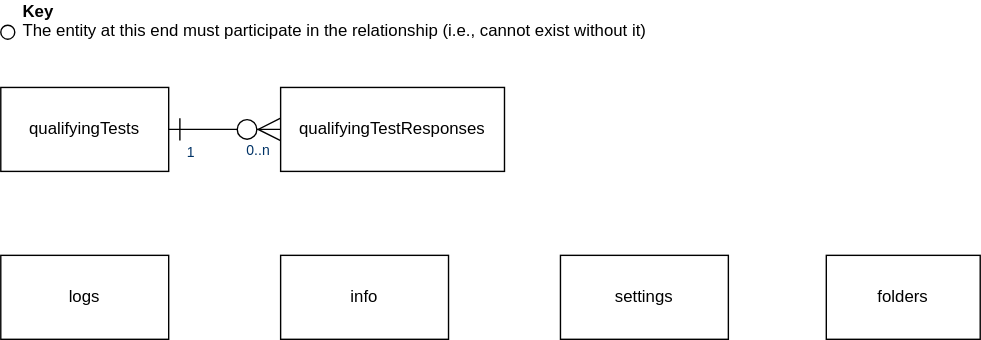
This is docs/architecture/data-models/top-level-qt.svg from jac-uk/documentation, a draw.io export, as it was before one commit. Source tidied: cells renumbered, new cells last; positions are measured from the earlier drawing's top-left corner, leaving out a move shared by most shapes. Its diagram source:
```xml
<mxGraphModel>
  <root>
    <mxCell id="0" />
    <mxCell id="1" parent="0" />
    <mxCell id="2" value="qualifyingTests" style="rounded=0;whiteSpace=wrap;html=1;" parent="1" vertex="1">
      <mxGeometry y="60" width="120" height="60" as="geometry" />
    </mxCell>
    <mxCell id="3" style="group;" parent="1" vertex="1">
      <mxGeometry width="610" height="53" as="geometry" />
    </mxCell>
    <mxCell id="4" value="&lt;div&gt;&lt;b&gt;Key&lt;/b&gt;&lt;br&gt;The entity at this end must participate in the relationship (i.e., cannot exist without it)&lt;/div&gt;&lt;div&gt;&lt;br&gt;&lt;/div&gt;&lt;div&gt;&lt;br&gt;&lt;/div&gt;" style="text;html=1;strokeColor=none;fillColor=none;align=left;verticalAlign=middle;whiteSpace=wrap;rounded=0;fontColor=#000000;" parent="3" vertex="1">
      <mxGeometry x="14" width="596" height="53" as="geometry" />
    </mxCell>
    <mxCell id="5" style="ellipse;whiteSpace=wrap;html=1;align=right;" parent="3" vertex="1">
      <mxGeometry y="15.5" width="10" height="10" as="geometry" />
    </mxCell>
    <mxCell id="6" value="qualifyingTestResponses" style="rounded=0;whiteSpace=wrap;html=1;" parent="1" vertex="1">
      <mxGeometry x="200" y="60" width="160" height="60" as="geometry" />
    </mxCell>
    <mxCell id="7" style="endArrow=ERone;endSize=14;startArrow=ERzeroToMany;startSize=14;startFill=1;endFill=0;targetPerimeterSpacing=0;sourcePerimeterSpacing=0;strokeWidth=1;rounded=1;jumpSize=6;" parent="1" edge="1" source="6" target="2">
      <mxGeometry x="1460" y="390" as="geometry" />
    </mxCell>
    <mxCell id="8" value="0..n" style="align=left;verticalAlign=top;labelBackgroundColor=#ffffff;fontSize=10;strokeColor=#003366;shadow=1;fillColor=#D4E1F5;fontColor=#003366;" parent="7" vertex="1">
      <mxGeometry x="-1" relative="1" as="geometry">
        <mxPoint x="-26" y="3" as="offset" />
      </mxGeometry>
    </mxCell>
    <mxCell id="9" value="1" style="align=right;verticalAlign=top;labelBackgroundColor=#ffffff;fontSize=10;strokeColor=#003366;shadow=1;fillColor=#D4E1F5;fontColor=#003366;" parent="7" vertex="1">
      <mxGeometry x="1" relative="1" as="geometry">
        <mxPoint x="20" y="4" as="offset" />
      </mxGeometry>
    </mxCell>
    <mxCell id="10" value="logs" style="rounded=0;whiteSpace=wrap;html=1;" parent="1" vertex="1">
      <mxGeometry y="180" width="120" height="60" as="geometry" />
    </mxCell>
    <mxCell id="11" value="info" style="rounded=0;whiteSpace=wrap;html=1;" parent="1" vertex="1">
      <mxGeometry x="200" y="180" width="120" height="60" as="geometry" />
    </mxCell>
    <mxCell id="12" value="settings" style="rounded=0;whiteSpace=wrap;html=1;" parent="1" vertex="1">
      <mxGeometry x="400" y="180" width="120" height="60" as="geometry" />
    </mxCell>
    <mxCell id="13" value="folders" style="rounded=0;whiteSpace=wrap;html=1;" parent="1" vertex="1">
      <mxGeometry x="590" y="180" width="110" height="60" as="geometry" />
    </mxCell>
  </root>
</mxGraphModel>
```
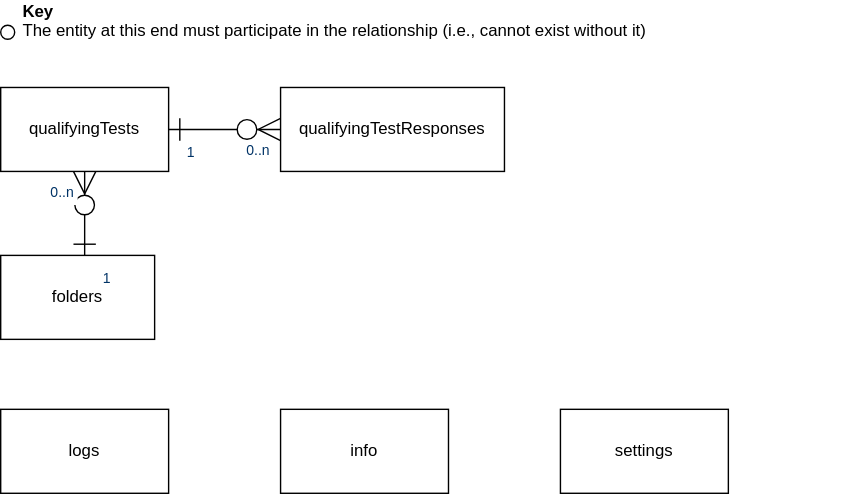
The same file after the commit.

Commit message:
Added relationship betwqeen folders and qt

Change to the diagram source:
```diff
@@ -31,16 +31,31 @@
       </mxGeometry>
     </mxCell>
     <mxCell id="10" value="logs" style="rounded=0;whiteSpace=wrap;html=1;" parent="1" vertex="1">
-      <mxGeometry y="180" width="120" height="60" as="geometry" />
+      <mxGeometry y="290" width="120" height="60" as="geometry" />
     </mxCell>
     <mxCell id="11" value="info" style="rounded=0;whiteSpace=wrap;html=1;" parent="1" vertex="1">
-      <mxGeometry x="200" y="180" width="120" height="60" as="geometry" />
+      <mxGeometry x="200" y="290" width="120" height="60" as="geometry" />
     </mxCell>
     <mxCell id="12" value="settings" style="rounded=0;whiteSpace=wrap;html=1;" parent="1" vertex="1">
-      <mxGeometry x="400" y="180" width="120" height="60" as="geometry" />
+      <mxGeometry x="400" y="290" width="120" height="60" as="geometry" />
     </mxCell>
     <mxCell id="13" value="folders" style="rounded=0;whiteSpace=wrap;html=1;" parent="1" vertex="1">
-      <mxGeometry x="590" y="180" width="110" height="60" as="geometry" />
+      <mxGeometry y="180" width="110" height="60" as="geometry" />
     </mxCell>
+    <mxCell id="14" style="endArrow=ERone;endSize=14;startArrow=ERzeroToMany;startSize=14;startFill=1;endFill=0;targetPerimeterSpacing=0;sourcePerimeterSpacing=0;strokeWidth=1;rounded=1;jumpSize=6;exitX=0.5;exitY=1;exitDx=0;exitDy=0;" parent="1" edge="1" source="2">
+      <mxGeometry x="1460" y="390" as="geometry">
+        <mxPoint x="60" y="180" as="targetPoint" />
+      </mxGeometry>
+    </mxCell>
+    <mxCell id="15" value="0..n" style="align=left;verticalAlign=top;labelBackgroundColor=#ffffff;fontSize=10;strokeColor=#003366;shadow=1;fillColor=#D4E1F5;fontColor=#003366;" parent="14" vertex="1">
+      <mxGeometry x="-1" relative="1" as="geometry">
+        <mxPoint x="-26" y="3" as="offset" />
+      </mxGeometry>
+    </mxCell>
+    <mxCell id="16" value="1" style="align=right;verticalAlign=top;labelBackgroundColor=#ffffff;fontSize=10;strokeColor=#003366;shadow=1;fillColor=#D4E1F5;fontColor=#003366;" parent="14" vertex="1">
+      <mxGeometry x="1" relative="1" as="geometry">
+        <mxPoint x="20" y="4" as="offset" />
+      </mxGeometry>
+    </mxCell>
   </root>
 </mxGraphModel>
```
